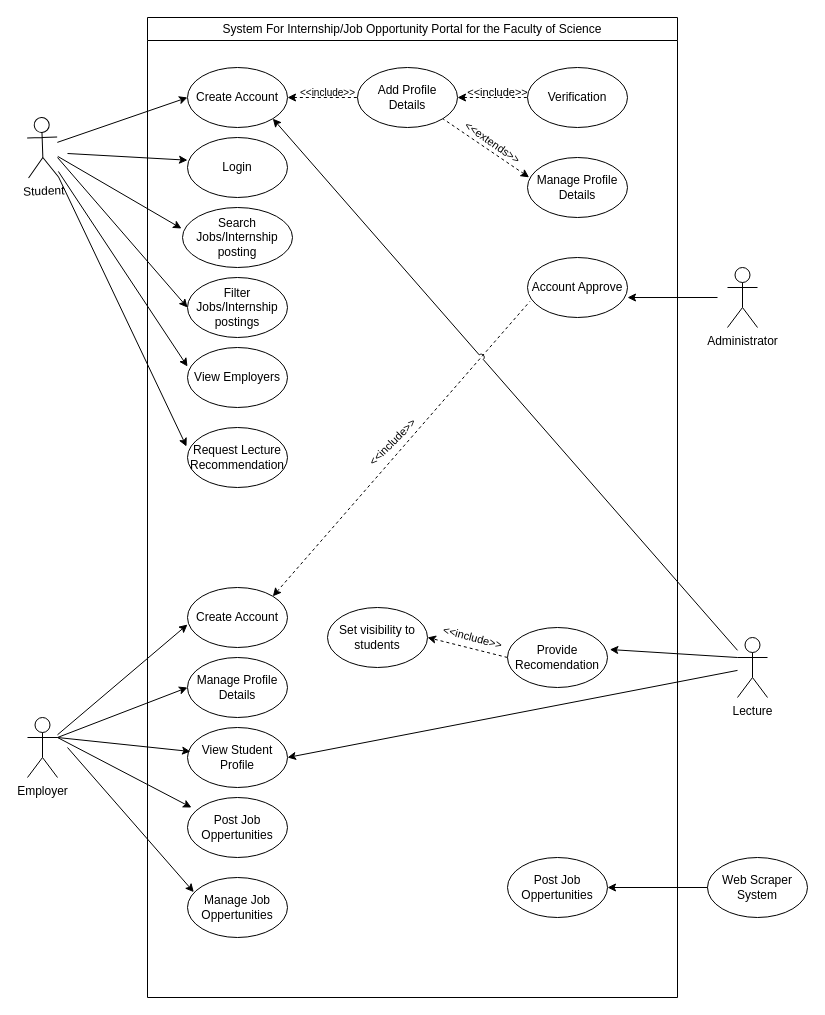
Above: 471.drawio in mashihimasha/UPW_Diagrams (draw.io), before the change. Source tidied: cells renumbered, new cells numbered last; positions are measured from the earlier drawing's top-left corner, leaving out a move shared by most shapes. Both pictures are drawn from the tidied source at 100%, with x=0, y=0 at pixel (27, 17).
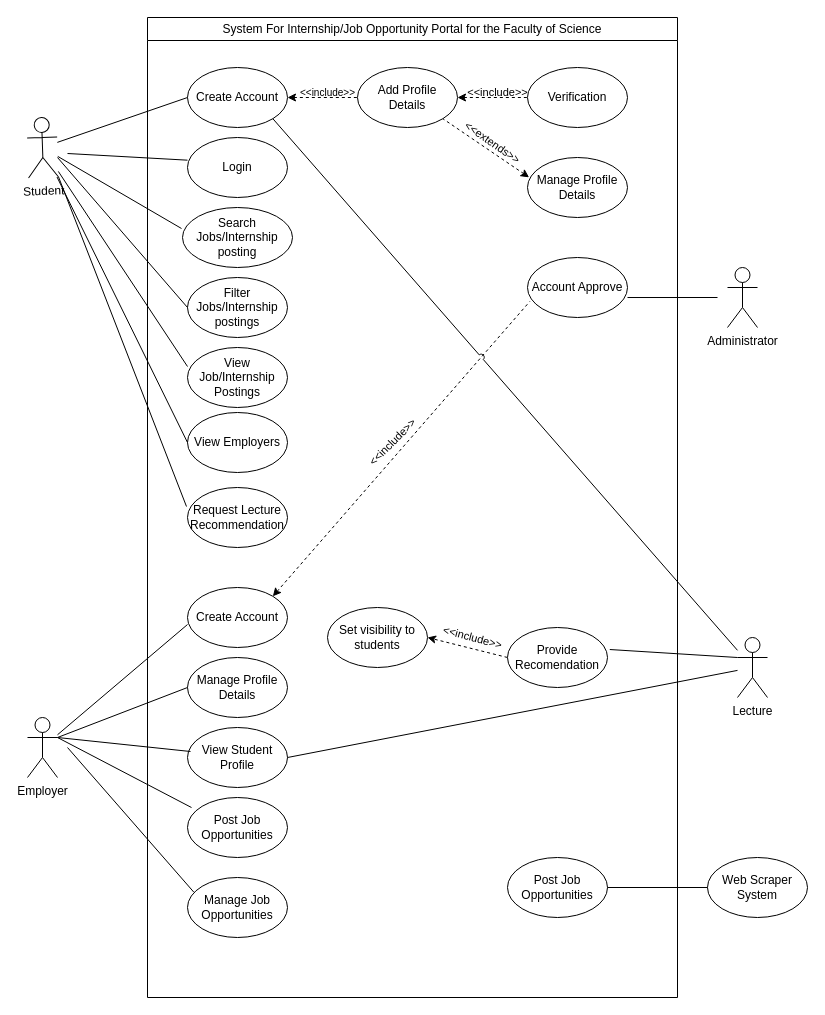
The same page after the edit.

The change refers to these unchanged cells:
```xml
<mxCell id="2" value="System For&amp;nbsp;Internship/Job Opportunity Portal for the Faculty of Science" style="swimlane;whiteSpace=wrap;html=1;fontStyle=0;" parent="1" vertex="1">
  <mxGeometry x="120" width="530" height="980" as="geometry" />
</mxCell>
<mxCell id="3" value="Create Account" style="ellipse;whiteSpace=wrap;html=1;" parent="2" vertex="1">
  <mxGeometry x="40" y="50" width="100" height="60" as="geometry" />
</mxCell>
<mxCell id="4" value="Search Jobs/Internship posting" style="ellipse;whiteSpace=wrap;html=1;" parent="2" vertex="1">
  <mxGeometry x="35" y="190" width="110" height="60" as="geometry" />
</mxCell>
<mxCell id="6" value="Filter Jobs/Internship postings" style="ellipse;whiteSpace=wrap;html=1;" parent="2" vertex="1">
  <mxGeometry x="40" y="260" width="100" height="60" as="geometry" />
</mxCell>
<mxCell id="16" value="Create Account" style="ellipse;whiteSpace=wrap;html=1;" parent="2" vertex="1">
  <mxGeometry x="40" y="570" width="100" height="60" as="geometry" />
</mxCell>
<mxCell id="17" value="View Student Profile" style="ellipse;whiteSpace=wrap;html=1;" parent="2" vertex="1">
  <mxGeometry x="40" y="710" width="100" height="60" as="geometry" />
</mxCell>
<mxCell id="19" value="Manage Profile Details" style="ellipse;whiteSpace=wrap;html=1;" parent="2" vertex="1">
  <mxGeometry x="40" y="640" width="100" height="60" as="geometry" />
</mxCell>
<mxCell id="22" value="Login" style="ellipse;whiteSpace=wrap;html=1;" parent="2" vertex="1">
  <mxGeometry x="40" y="120" width="100" height="60" as="geometry" />
</mxCell>
<mxCell id="27" value="Provide Recomendation" style="ellipse;whiteSpace=wrap;html=1;" parent="2" vertex="1">
  <mxGeometry x="360" y="610" width="100" height="60" as="geometry" />
</mxCell>
<mxCell id="29" value="Account Approve" style="ellipse;whiteSpace=wrap;html=1;" parent="2" vertex="1">
  <mxGeometry x="380" y="240" width="100" height="60" as="geometry" />
</mxCell>
<mxCell id="31" value="Student" style="shape=umlActor;verticalLabelPosition=bottom;verticalAlign=top;html=1;outlineConnect=0;rotation=-2;" parent="1" vertex="1">
  <mxGeometry y="100" width="30" height="60" as="geometry" />
</mxCell>
<mxCell id="32" value="Employer" style="shape=umlActor;verticalLabelPosition=bottom;verticalAlign=top;html=1;outlineConnect=0;" parent="1" vertex="1">
  <mxGeometry y="700" width="30" height="60" as="geometry" />
</mxCell>
<mxCell id="42" value="Lecture" style="shape=umlActor;verticalLabelPosition=bottom;verticalAlign=top;html=1;outlineConnect=0;" parent="1" vertex="1">
  <mxGeometry x="710" y="620" width="30" height="60" as="geometry" />
</mxCell>
<mxCell id="48" value="Web Scraper System" style="ellipse;whiteSpace=wrap;html=1;" parent="1" vertex="1">
  <mxGeometry x="680" y="840" width="100" height="60" as="geometry" />
</mxCell>
```

Change to the diagram source:
```diff
@@
-    <mxCell id="7" value="View Employers" style="ellipse;whiteSpace=wrap;html=1;" parent="2" vertex="1">
+    <mxCell id="7" value="View Job/Internship Postings" style="ellipse;whiteSpace=wrap;html=1;" parent="2" vertex="1">
       <mxGeometry x="40" y="330" width="100" height="60" as="geometry" />
     </mxCell>
     <mxCell id="8" value="Request Lecture Recommendation" style="ellipse;whiteSpace=wrap;html=1;" parent="2" vertex="1">
-      <mxGeometry x="40" y="410" width="100" height="60" as="geometry" />
+      <mxGeometry x="40" y="470" width="100" height="60" as="geometry" />
     </mxCell>
@@
-    <mxCell id="18" value="Post Job Oppertunities" style="ellipse;whiteSpace=wrap;html=1;" parent="2" vertex="1">
+    <mxCell id="18" value="Post Job Opportunities" style="ellipse;whiteSpace=wrap;html=1;" parent="2" vertex="1">
       <mxGeometry x="40" y="780" width="100" height="60" as="geometry" />
     </mxCell>
@@
-    <mxCell id="28" value="Manage Job Oppertunities" style="ellipse;whiteSpace=wrap;html=1;" parent="2" vertex="1">
+    <mxCell id="28" value="Manage Job Opportunities" style="ellipse;whiteSpace=wrap;html=1;" parent="2" vertex="1">
       <mxGeometry x="40" y="860" width="100" height="60" as="geometry" />
     </mxCell>
@@
-    <mxCell id="30" value="Post Job Oppertunities" style="ellipse;whiteSpace=wrap;html=1;" parent="2" vertex="1">
+    <mxCell id="30" value="Post Job Opportunities" style="ellipse;whiteSpace=wrap;html=1;" parent="2" vertex="1">
       <mxGeometry x="360" y="840" width="100" height="60" as="geometry" />
     </mxCell>
+    <mxCell id="52" value="View Employers" style="ellipse;whiteSpace=wrap;html=1;" parent="2" vertex="1">
+      <mxGeometry x="40" y="395" width="100" height="60" as="geometry" />
+    </mxCell>
@@
-    <mxCell id="33" style="endArrow=classic;html=1;rounded=0;entryX=0;entryY=0.5;entryDx=0;entryDy=0;" parent="1" edge="1" source="31" target="3">
+    <mxCell id="33" style="endArrow=none;html=1;rounded=0;entryX=0;entryY=0.5;entryDx=0;entryDy=0;endFill=0;" parent="1" edge="1" source="31" target="3">
       <mxGeometry relative="1" as="geometry" />
     </mxCell>
-    <mxCell id="34" style="endArrow=classic;html=1;rounded=0;entryX=-0.009;entryY=0.35;entryDx=0;entryDy=0;entryPerimeter=0;" parent="1" edge="1" source="31" target="4">
+    <mxCell id="34" style="endArrow=none;html=1;rounded=0;entryX=-0.009;entryY=0.35;entryDx=0;entryDy=0;entryPerimeter=0;endFill=0;" parent="1" edge="1" source="31" target="4">
       <mxGeometry relative="1" as="geometry" />
     </mxCell>
-    <mxCell id="35" style="endArrow=classic;html=1;rounded=0;entryX=0;entryY=0.5;entryDx=0;entryDy=0;" parent="1" edge="1" target="6">
+    <mxCell id="35" style="endArrow=none;html=1;rounded=0;entryX=0;entryY=0.5;entryDx=0;entryDy=0;endFill=0;" parent="1" edge="1" target="6">
       <mxGeometry relative="1" as="geometry">
         <mxPoint x="30" y="140" as="sourcePoint" />
       </mxGeometry>
     </mxCell>
-    <mxCell id="36" style="endArrow=classic;html=1;rounded=0;entryX=0;entryY=0.317;entryDx=0;entryDy=0;entryPerimeter=0;" parent="1" edge="1" source="31" target="7">
+    <mxCell id="36" style="endArrow=none;html=1;rounded=0;entryX=0;entryY=0.317;entryDx=0;entryDy=0;entryPerimeter=0;endFill=0;" parent="1" edge="1" source="31" target="7">
       <mxGeometry relative="1" as="geometry" />
     </mxCell>
-    <mxCell id="37" style="endArrow=classic;html=1;rounded=0;exitX=1;exitY=1;exitDx=0;exitDy=0;exitPerimeter=0;entryX=-0.01;entryY=0.317;entryDx=0;entryDy=0;entryPerimeter=0;" parent="1" edge="1" source="31" target="8">
+    <mxCell id="37" style="endArrow=none;html=1;rounded=0;exitX=1;exitY=1;exitDx=0;exitDy=0;exitPerimeter=0;entryX=-0.01;entryY=0.317;entryDx=0;entryDy=0;entryPerimeter=0;endFill=0;" parent="1" edge="1" source="31" target="8">
       <mxGeometry relative="1" as="geometry" />
     </mxCell>
-    <mxCell id="38" style="endArrow=classic;html=1;rounded=0;entryX=0;entryY=0.617;entryDx=0;entryDy=0;entryPerimeter=0;" parent="1" edge="1" source="32" target="16">
+    <mxCell id="38" style="endArrow=none;html=1;rounded=0;entryX=0;entryY=0.617;entryDx=0;entryDy=0;entryPerimeter=0;endFill=0;startArrow=none;startFill=0;" parent="1" edge="1" source="32" target="16">
       <mxGeometry relative="1" as="geometry" />
     </mxCell>
-    <mxCell id="39" style="endArrow=classic;html=1;rounded=0;entryX=0;entryY=0.5;entryDx=0;entryDy=0;exitX=1;exitY=0.3333333333333333;exitDx=0;exitDy=0;exitPerimeter=0;" parent="1" edge="1" source="32" target="19">
+    <mxCell id="39" style="endArrow=none;html=1;rounded=0;entryX=0;entryY=0.5;entryDx=0;entryDy=0;exitX=1;exitY=0.3333333333333333;exitDx=0;exitDy=0;exitPerimeter=0;endFill=0;startArrow=none;startFill=0;" parent="1" edge="1" source="32" target="19">
       <mxGeometry relative="1" as="geometry" />
     </mxCell>
-    <mxCell id="40" style="endArrow=classic;html=1;rounded=0;entryX=0.03;entryY=0.4;entryDx=0;entryDy=0;entryPerimeter=0;exitX=1;exitY=0.3333333333333333;exitDx=0;exitDy=0;exitPerimeter=0;" parent="1" edge="1" source="32" target="17">
+    <mxCell id="40" style="endArrow=none;html=1;rounded=0;entryX=0.03;entryY=0.4;entryDx=0;entryDy=0;entryPerimeter=0;exitX=1;exitY=0.3333333333333333;exitDx=0;exitDy=0;exitPerimeter=0;endFill=0;startArrow=none;startFill=0;" parent="1" edge="1" source="32" target="17">
       <mxGeometry relative="1" as="geometry" />
     </mxCell>
-    <mxCell id="41" style="endArrow=classic;html=1;rounded=0;entryX=0.04;entryY=0.167;entryDx=0;entryDy=0;entryPerimeter=0;" parent="1" edge="1" target="18">
+    <mxCell id="41" style="endArrow=none;html=1;rounded=0;entryX=0.04;entryY=0.167;entryDx=0;entryDy=0;entryPerimeter=0;endFill=0;startArrow=none;startFill=0;" parent="1" edge="1" target="18">
       <mxGeometry relative="1" as="geometry">
         <mxPoint x="30" y="720" as="sourcePoint" />
       </mxGeometry>
     </mxCell>
@@
-    <mxCell id="43" style="endArrow=classic;html=1;rounded=0;entryX=1;entryY=1;entryDx=0;entryDy=0;jumpStyle=arc;" parent="1" edge="1" source="42" target="3">
+    <mxCell id="43" style="endArrow=none;html=1;rounded=0;entryX=1;entryY=1;entryDx=0;entryDy=0;jumpStyle=arc;endFill=0;" parent="1" edge="1" source="42" target="3">
       <mxGeometry relative="1" as="geometry" />
     </mxCell>
-    <mxCell id="44" style="endArrow=classic;html=1;rounded=0;entryX=0;entryY=0.378;entryDx=0;entryDy=0;entryPerimeter=0;" parent="1" edge="1" target="22">
+    <mxCell id="44" style="endArrow=none;html=1;rounded=0;entryX=0;entryY=0.378;entryDx=0;entryDy=0;entryPerimeter=0;endFill=0;" parent="1" edge="1" target="22">
       <mxGeometry relative="1" as="geometry">
         <mxPoint x="40" y="136" as="sourcePoint" />
       </mxGeometry>
     </mxCell>
-    <mxCell id="45" style="endArrow=classic;html=1;rounded=0;entryX=1;entryY=0.5;entryDx=0;entryDy=0;" parent="1" edge="1" source="42" target="17">
+    <mxCell id="45" style="endArrow=none;html=1;rounded=0;entryX=1;entryY=0.5;entryDx=0;entryDy=0;endFill=0;startArrow=none;startFill=0;" parent="1" edge="1" source="42" target="17">
       <mxGeometry relative="1" as="geometry" />
     </mxCell>
-    <mxCell id="46" style="endArrow=classic;html=1;rounded=0;entryX=0.063;entryY=0.244;entryDx=0;entryDy=0;entryPerimeter=0;" parent="1" edge="1" target="28">
+    <mxCell id="46" style="endArrow=none;html=1;rounded=0;entryX=0.063;entryY=0.244;entryDx=0;entryDy=0;entryPerimeter=0;endFill=0;startArrow=none;startFill=0;" parent="1" edge="1" target="28">
       <mxGeometry relative="1" as="geometry">
         <mxPoint x="40" y="730" as="sourcePoint" />
       </mxGeometry>
     </mxCell>
@@
-    <mxCell id="49" style="endArrow=classic;html=1;rounded=0;entryX=1;entryY=0.5;entryDx=0;entryDy=0;exitX=0;exitY=0.5;exitDx=0;exitDy=0;" parent="1" edge="1" source="48" target="30">
+    <mxCell id="49" style="endArrow=none;html=1;rounded=0;entryX=1;entryY=0.5;entryDx=0;entryDy=0;exitX=0;exitY=0.5;exitDx=0;exitDy=0;endFill=0;startArrow=none;startFill=0;" parent="1" edge="1" source="48" target="30">
       <mxGeometry relative="1" as="geometry" />
     </mxCell>
-    <mxCell id="50" style="endArrow=classic;html=1;rounded=0;entryX=1;entryY=0.667;entryDx=0;entryDy=0;entryPerimeter=0;" parent="1" edge="1" target="29">
+    <mxCell id="50" style="endArrow=none;html=1;rounded=0;entryX=1;entryY=0.667;entryDx=0;entryDy=0;entryPerimeter=0;endFill=0;" parent="1" edge="1" target="29">
       <mxGeometry relative="1" as="geometry">
         <mxPoint x="690" y="280" as="sourcePoint" />
       </mxGeometry>
     </mxCell>
-    <mxCell id="51" style="endArrow=classic;html=1;rounded=0;entryX=1.023;entryY=0.367;entryDx=0;entryDy=0;entryPerimeter=0;exitX=0;exitY=0.3333333333333333;exitDx=0;exitDy=0;exitPerimeter=0;" parent="1" edge="1" source="42" target="27">
+    <mxCell id="51" style="endArrow=none;html=1;rounded=0;entryX=1.023;entryY=0.367;entryDx=0;entryDy=0;entryPerimeter=0;exitX=0;exitY=0.3333333333333333;exitDx=0;exitDy=0;exitPerimeter=0;endFill=0;startArrow=none;startFill=0;" parent="1" edge="1" source="42" target="27">
       <mxGeometry relative="1" as="geometry" />
     </mxCell>
+    <mxCell id="53" style="rounded=0;jettySize=auto;html=1;exitX=0;exitY=0.5;exitDx=0;exitDy=0;startArrow=none;startFill=0;endArrow=none;endFill=0;" parent="1" edge="1" source="52" target="31">
+      <mxGeometry relative="1" as="geometry" />
+    </mxCell>
```
